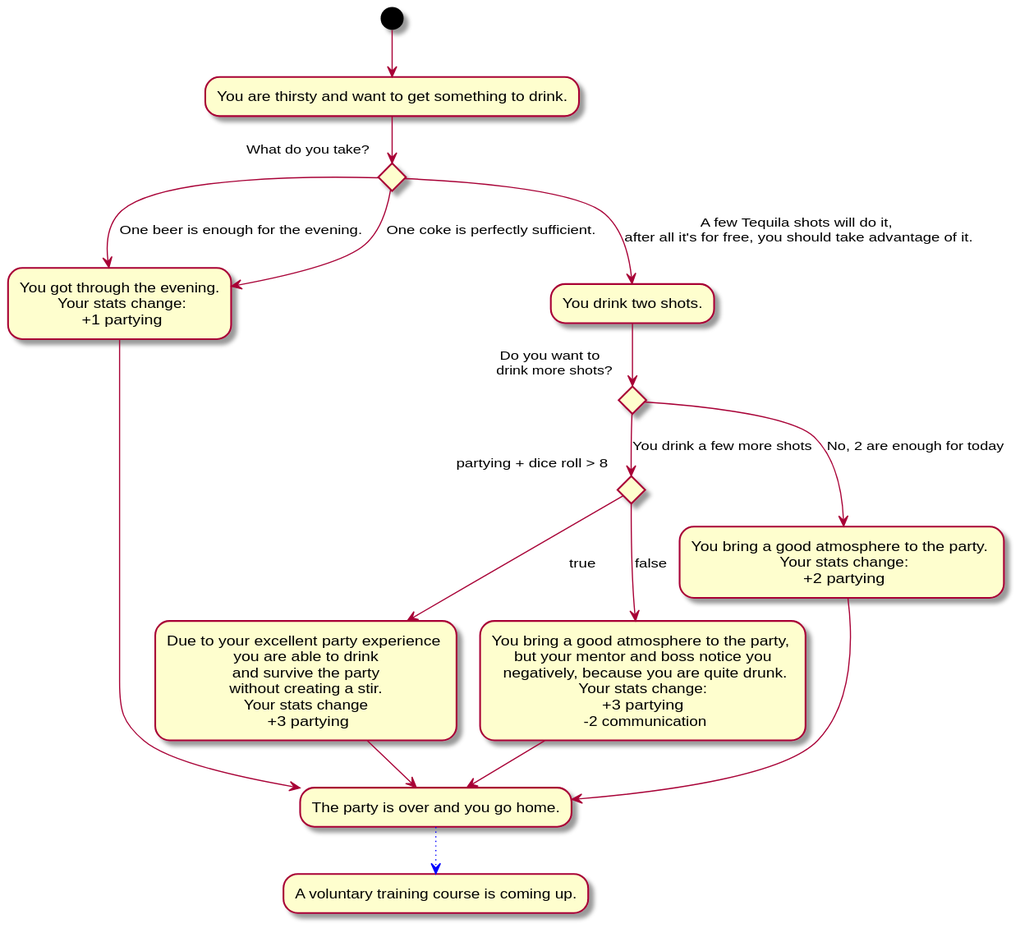
Earlier version of the PlantUML export Docs/Technical Specifications/docs/diagrams/storyflow-diagrams/storyflow-decision-8.svg (Brotenko/QualityQuest). Source of this version:
```plantuml
@startuml
(*) --> "You are thirsty and want to get something to drink."
if "What do you take?" then
--> [One beer is enough for the evening.] "You got through the evening.\n Your stats change:\n +1 partying" as lightParty
else
--> [One coke is perfectly sufficient.] lightParty
else
-->[A few Tequila shots will do it, \nafter all it's for free, you should take advantage of it.] "You drink two shots."
if "Do you want to \n drink more shots?" then
--> [You drink a few more shots] if "partying + dice roll > 8" as drink then
--> [true] "Due to your excellent party experience \n you are able to drink \n and survive the party \n without creating a stir. \n Your stats change \n +3 partying" as goodEnd
else
--> [false] "You bring a good atmosphere to the party, \n but your mentor and boss notice you \n negatively, because you are quite drunk.\n Your stats change: \n +3 partying \n -2 communication" as badEnd
endif
else
--> [No, 2 are enough for today] "You bring a good atmosphere to the party. \n Your stats change:\n +2 partying"
endif
--> "The party is over and you go home." as home
badEnd --> home
lightParty --> home
goodEnd --> home
-[#blue,dotted]-> "A voluntary training course is coming up."
@enduml
```
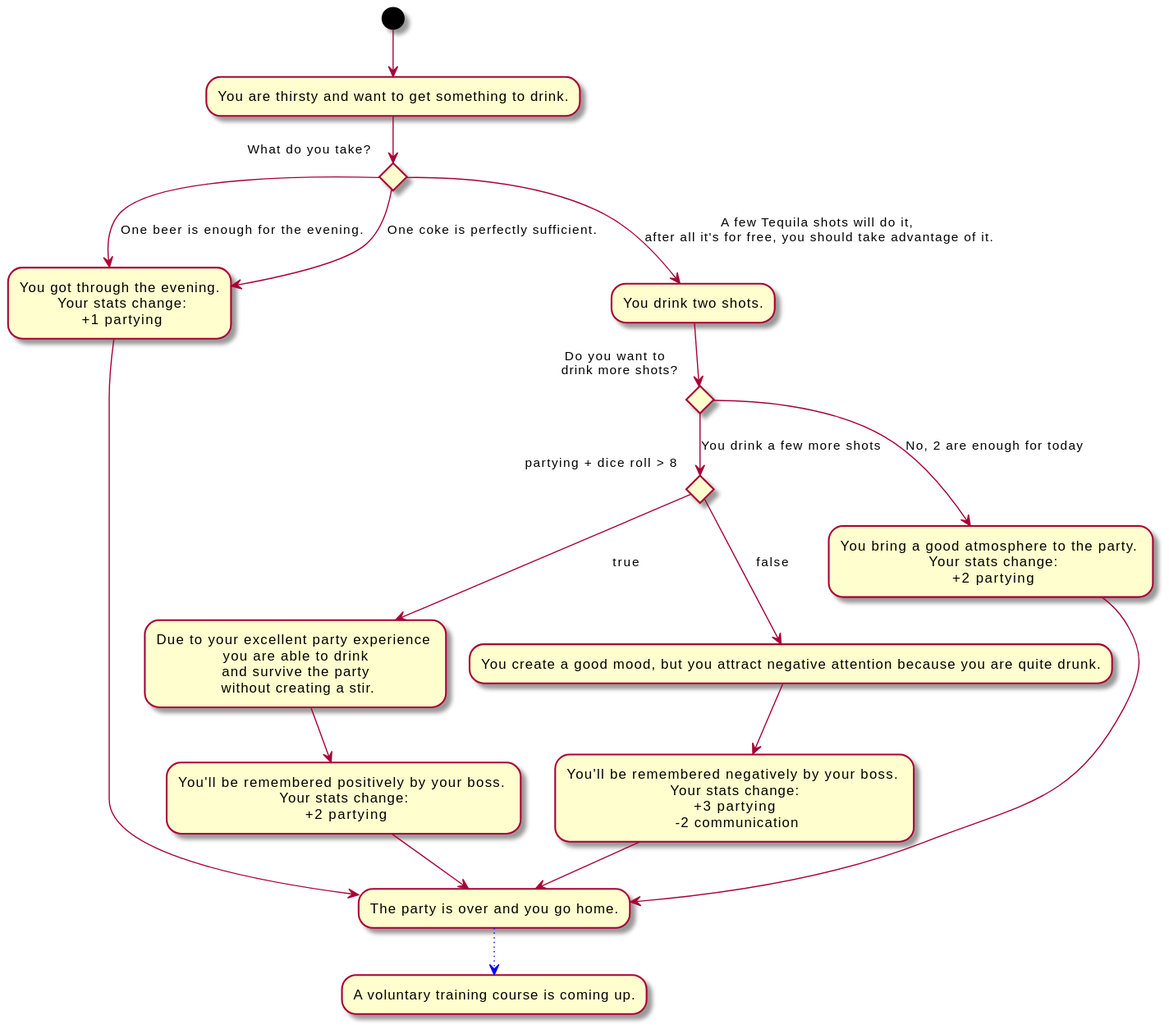
Later version of the same file.

What changed in the source:
```diff
@@ -8,9 +8,11 @@
 -->[A few Tequila shots will do it, \nafter all it's for free, you should take advantage of it.] "You drink two shots."
 if "Do you want to \n drink more shots?" then
 --> [You drink a few more shots] if "partying + dice roll > 8" as drink then
---> [true] "Due to your excellent party experience \n you are able to drink \n and survive the party \n without creating a stir. \n Your stats change \n +3 partying" as goodEnd
+--> [true] "Due to your excellent party experience \n you are able to drink \n and survive the party \n without creating a stir."
+--> "You'll be remembered positively by your boss. \n Your stats change: \n +2 partying" as goodEnd
 else
---> [false] "You bring a good atmosphere to the party, \n but your mentor and boss notice you \n negatively, because you are quite drunk.\n Your stats change: \n +3 partying \n -2 communication" as badEnd
+--> [false] "You create a good mood, but you attract negative attention because you are quite drunk."
+--> "You'll be remembered negatively by your boss. \n Your stats change: \n +3 partying \n -2 communication" as badEnd
 endif
 else
 --> [No, 2 are enough for today] "You bring a good atmosphere to the party. \n Your stats change:\n +2 partying"
```
